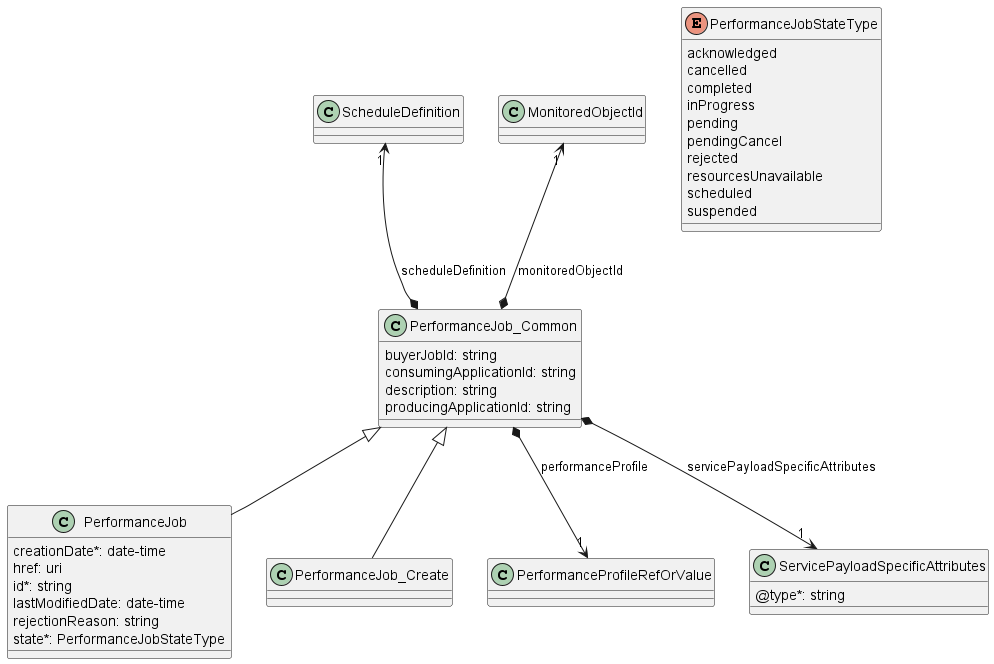
This is documentation/serviceApi/pm/performance/media/performanceJobModel.png from MEF-GIT/MEF-LSO-Legato-SDK, a PlantUML export, as it was before one commit.
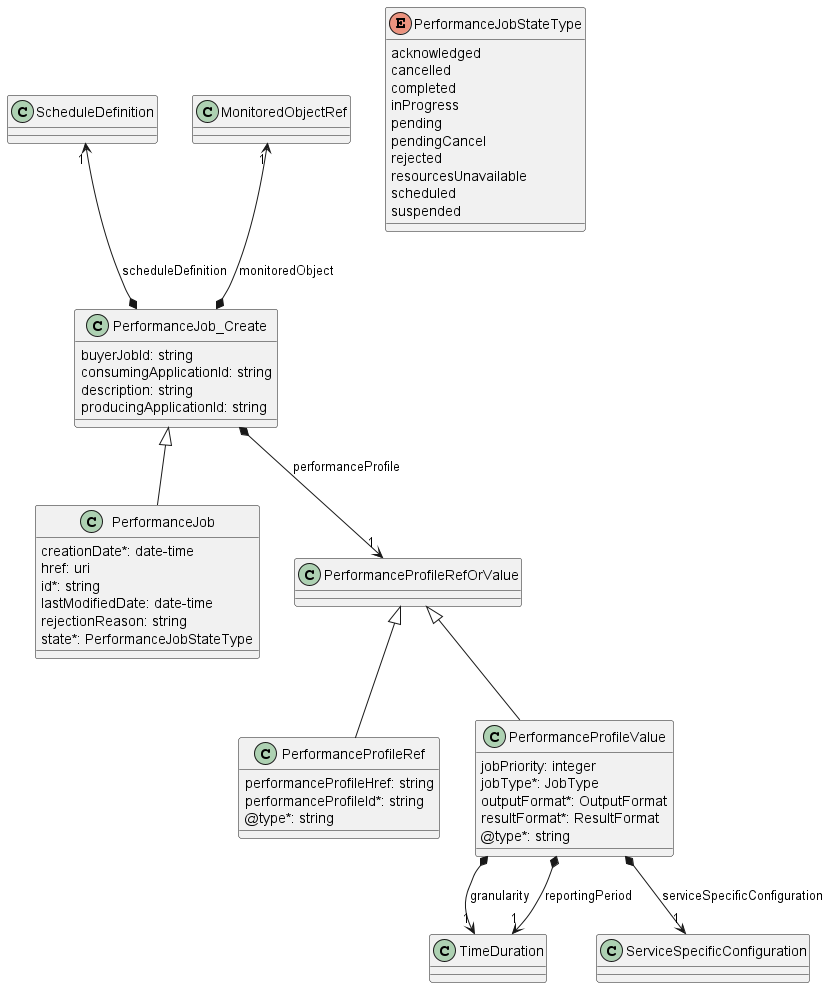
After the change.

Change to the diagram source:
```diff
@@ -9,9 +9,7 @@
     rejectionReason: string
     state*: PerformanceJobStateType
 }
-PerformanceJob_Common <|-- PerformanceJob
-
-
+PerformanceJob_Create <|-- PerformanceJob
 
 enum PerformanceJobStateType {
 
@@ -26,7 +24,8 @@
     scheduled
     suspended
 }
-class PerformanceJob_Common {
+
+class PerformanceJob_Create {
 
     buyerJobId: string
     consumingApplicationId: string
@@ -34,20 +33,35 @@
     producingApplicationId: string
 }
 
-class PerformanceJob_Create {
+PerformanceJob_Create *-u->"1" MonitoredObjectRef : monitoredObject
+PerformanceJob_Create *-->"1" PerformanceProfileRefOrValue : performanceProfile
+PerformanceJob_Create *-u->"1" ScheduleDefinition : scheduleDefinition
+
+class PerformanceProfileRefOrValue {
 
 }
-PerformanceJob_Common <|-- PerformanceJob_Create
 
+class PerformanceProfileRef {
 
-PerformanceJob_Common *-u->"1" MonitoredObjectId : monitoredObjectId
-PerformanceJob_Common *-->"1" PerformanceProfileRefOrValue : performanceProfile
-PerformanceJob_Common *-u->"1" ScheduleDefinition : scheduleDefinition
-PerformanceJob_Common *-->"1" ServicePayloadSpecificAttributes : servicePayloadSpecificAttributes
-
-class ServicePayloadSpecificAttributes {
-
+    performanceProfileHref: string
+    performanceProfileId*: string
     @type*: string
 }
 
+class PerformanceProfileValue {
+
+    jobPriority: integer
+    jobType*: JobType
+    outputFormat*: OutputFormat
+    resultFormat*: ResultFormat
+    @type*: string
+}
+
+PerformanceProfileValue *-->"1" TimeDuration : granularity
+PerformanceProfileValue *-->"1" TimeDuration : reportingPeriod
+PerformanceProfileValue *-->"1" ServiceSpecificConfiguration : serviceSpecificConfiguration
+
+PerformanceProfileRefOrValue <|-- PerformanceProfileRef
+PerformanceProfileRefOrValue <|-- PerformanceProfileValue
+
 @enduml
```
